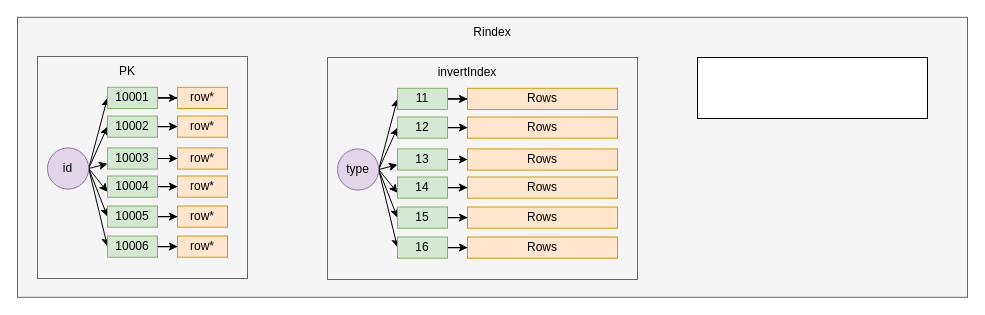
RYZCN/misc keeps this draw.io diagram as 索引设计.drawio. Above is the earlier version. Source tidied: cells renumbered, new cells numbered last; positions are measured from the earlier drawing's top-left corner, leaving out a move shared by most shapes. Both pictures are drawn from the tidied source at 100%, with x=0, y=0 at pixel (17, 17).
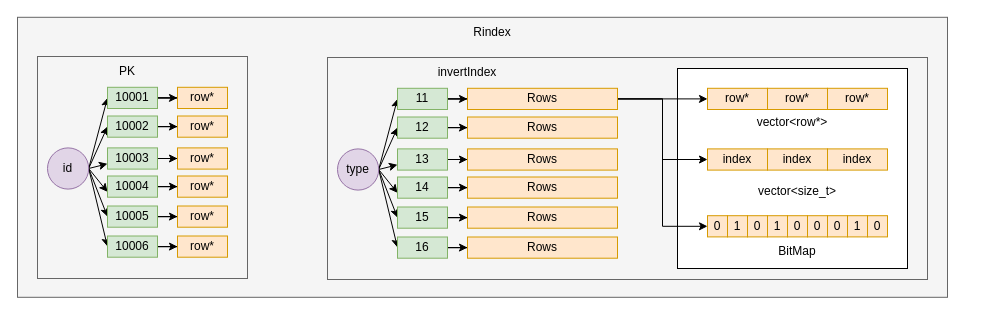
The same page after the edit.

Commit message (it also covers changes not shown here):
更新索引设计.drawio

The change refers to these unchanged cells:
```xml
<mxCell id="51" value="Rows" style="rounded=0;whiteSpace=wrap;html=1;fillColor=#ffe6cc;strokeColor=#d79b00;" parent="1" vertex="1">
  <mxGeometry x="450" y="70.8" width="150" height="21.2" as="geometry" />
</mxCell>
```

Change to the diagram source:
```diff
@@
     <mxCell id="2" style="rounded=0;whiteSpace=wrap;html=1;labelBackgroundColor=none;fillColor=#f5f5f5;fontColor=#333333;strokeColor=#666666;" parent="1" vertex="1">
-      <mxGeometry y="-0.2" width="950" height="280" as="geometry" />
+      <mxGeometry y="-0.2" width="930" height="280" as="geometry" />
     </mxCell>
+    <mxCell id="31" style="rounded=0;whiteSpace=wrap;html=1;fillColor=#f5f5f5;fontColor=#333333;strokeColor=#666666;" parent="1" vertex="1">
+      <mxGeometry x="310" y="40" width="600" height="222" as="geometry" />
+    </mxCell>
+    <mxCell id="59" style="rounded=0;whiteSpace=wrap;html=1;" parent="1" vertex="1">
+      <mxGeometry x="660" y="51" width="230" height="200" as="geometry" />
+    </mxCell>
@@
-    <mxCell id="31" style="rounded=0;whiteSpace=wrap;html=1;fillColor=#f5f5f5;fontColor=#333333;strokeColor=#666666;" parent="1" vertex="1">
-      <mxGeometry x="310" y="40" width="310" height="222" as="geometry" />
-    </mxCell>
@@
+    <mxCell id="60" style="edgeStyle=orthogonalEdgeStyle;rounded=0;jettySize=auto;html=1;" parent="1" edge="1" source="51" target="63">
+      <mxGeometry relative="1" as="geometry" />
+    </mxCell>
+    <mxCell id="61" style="edgeStyle=orthogonalEdgeStyle;rounded=0;jettySize=auto;html=1;entryX=0;entryY=0.5;entryDx=0;entryDy=0;" parent="1" edge="1" source="51" target="66">
+      <mxGeometry relative="1" as="geometry" />
+    </mxCell>
+    <mxCell id="62" style="edgeStyle=orthogonalEdgeStyle;rounded=0;jettySize=auto;html=1;entryX=0;entryY=0.5;entryDx=0;entryDy=0;" parent="1" edge="1" source="51" target="69">
+      <mxGeometry relative="1" as="geometry" />
+    </mxCell>
@@
-    <mxCell id="58" style="rounded=0;whiteSpace=wrap;html=1;" parent="1" vertex="1">
-      <mxGeometry x="680" y="40" width="230" height="61" as="geometry" />
-    </mxCell>
+    <mxCell id="63" value="row*" style="rounded=0;whiteSpace=wrap;html=1;fillColor=#ffe6cc;strokeColor=#d79b00;" parent="1" vertex="1">
+      <mxGeometry x="690" y="70.8" width="60" height="21.2" as="geometry" />
+    </mxCell>
+    <mxCell id="64" value="row*" style="rounded=0;whiteSpace=wrap;html=1;fillColor=#ffe6cc;strokeColor=#d79b00;" parent="1" vertex="1">
+      <mxGeometry x="750" y="70.8" width="60" height="21.2" as="geometry" />
+    </mxCell>
+    <mxCell id="65" value="row*" style="rounded=0;whiteSpace=wrap;html=1;fillColor=#ffe6cc;strokeColor=#d79b00;" parent="1" vertex="1">
+      <mxGeometry x="810" y="70.8" width="60" height="21.2" as="geometry" />
+    </mxCell>
+    <mxCell id="66" value="index" style="rounded=0;whiteSpace=wrap;html=1;fillColor=#ffe6cc;strokeColor=#d79b00;" parent="1" vertex="1">
+      <mxGeometry x="690" y="131.4" width="60" height="21.2" as="geometry" />
+    </mxCell>
+    <mxCell id="67" value="index" style="rounded=0;whiteSpace=wrap;html=1;fillColor=#ffe6cc;strokeColor=#d79b00;" parent="1" vertex="1">
+      <mxGeometry x="750" y="131.4" width="60" height="21.2" as="geometry" />
+    </mxCell>
+    <mxCell id="68" value="index" style="rounded=0;whiteSpace=wrap;html=1;fillColor=#ffe6cc;strokeColor=#d79b00;" parent="1" vertex="1">
+      <mxGeometry x="810" y="131.4" width="60" height="21.2" as="geometry" />
+    </mxCell>
+    <mxCell id="69" value="0" style="rounded=0;whiteSpace=wrap;html=1;fillColor=#ffe6cc;strokeColor=#d79b00;" parent="1" vertex="1">
+      <mxGeometry x="690" y="198.2" width="20" height="21.2" as="geometry" />
+    </mxCell>
+    <mxCell id="70" value="vector&amp;lt;row*&amp;gt;" style="text;html=1;align=center;verticalAlign=middle;whiteSpace=wrap;rounded=0;" parent="1" vertex="1">
+      <mxGeometry x="745" y="89.8" width="60" height="30" as="geometry" />
+    </mxCell>
+    <mxCell id="71" value="vector&amp;lt;size_t&amp;gt;" style="text;html=1;align=center;verticalAlign=middle;whiteSpace=wrap;rounded=0;" parent="1" vertex="1">
+      <mxGeometry x="750" y="158.5" width="60" height="30" as="geometry" />
+    </mxCell>
+    <mxCell id="72" value="BitMap" style="text;html=1;align=center;verticalAlign=middle;whiteSpace=wrap;rounded=0;" parent="1" vertex="1">
+      <mxGeometry x="750" y="218.5" width="60" height="30" as="geometry" />
+    </mxCell>
+    <mxCell id="73" value="1" style="rounded=0;whiteSpace=wrap;html=1;fillColor=#ffe6cc;strokeColor=#d79b00;" parent="1" vertex="1">
+      <mxGeometry x="710" y="198.2" width="20" height="21.2" as="geometry" />
+    </mxCell>
+    <mxCell id="74" value="0" style="rounded=0;whiteSpace=wrap;html=1;fillColor=#ffe6cc;strokeColor=#d79b00;" parent="1" vertex="1">
+      <mxGeometry x="730" y="198.2" width="20" height="21.2" as="geometry" />
+    </mxCell>
+    <mxCell id="75" value="1" style="rounded=0;whiteSpace=wrap;html=1;fillColor=#ffe6cc;strokeColor=#d79b00;" parent="1" vertex="1">
+      <mxGeometry x="750" y="198.2" width="20" height="21.2" as="geometry" />
+    </mxCell>
+    <mxCell id="76" value="0" style="rounded=0;whiteSpace=wrap;html=1;fillColor=#ffe6cc;strokeColor=#d79b00;" parent="1" vertex="1">
+      <mxGeometry x="770" y="198.2" width="20" height="21.2" as="geometry" />
+    </mxCell>
+    <mxCell id="77" value="0" style="rounded=0;whiteSpace=wrap;html=1;fillColor=#ffe6cc;strokeColor=#d79b00;" parent="1" vertex="1">
+      <mxGeometry x="790" y="198.2" width="20" height="21.2" as="geometry" />
+    </mxCell>
+    <mxCell id="78" value="0" style="rounded=0;whiteSpace=wrap;html=1;fillColor=#ffe6cc;strokeColor=#d79b00;" parent="1" vertex="1">
+      <mxGeometry x="810" y="198.2" width="20" height="21.2" as="geometry" />
+    </mxCell>
+    <mxCell id="79" value="1" style="rounded=0;whiteSpace=wrap;html=1;fillColor=#ffe6cc;strokeColor=#d79b00;" parent="1" vertex="1">
+      <mxGeometry x="830" y="198.2" width="20" height="21.2" as="geometry" />
+    </mxCell>
+    <mxCell id="80" value="0" style="rounded=0;whiteSpace=wrap;html=1;fillColor=#ffe6cc;strokeColor=#d79b00;" parent="1" vertex="1">
+      <mxGeometry x="850" y="198.2" width="20" height="21.2" as="geometry" />
+    </mxCell>
```
